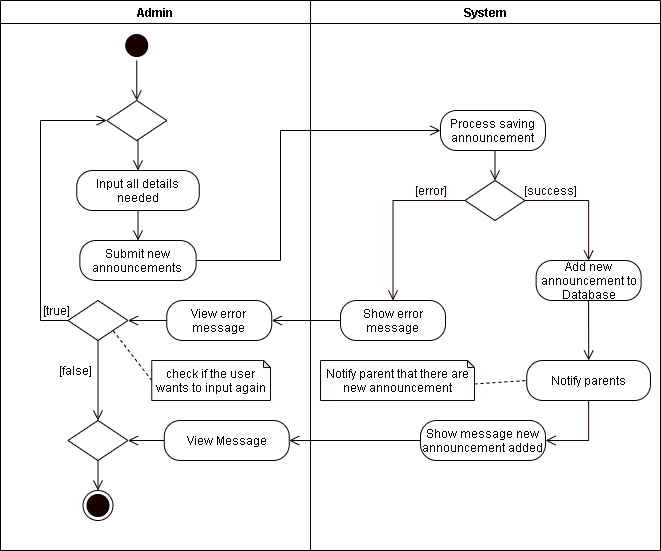
mrklglsn/CAPSTONE-FILES keeps this draw.io diagram as REVISIONS/UML-DIAGRAMS/6-28-2021/ACTIVITY DIAGRAM/22 -Add Announcement.png. Above is the earlier version. Source tidied: cells renumbered, new cells last; positions are measured from the earlier drawing's top-left corner, leaving out a move shared by most shapes. Its diagram source:
```xml
<mxGraphModel>
  <root>
    <mxCell id="0" />
    <mxCell id="1" parent="0" />
    <mxCell id="2" value="Admin" style="swimlane;startSize=23;" parent="1" vertex="1">
      <mxGeometry width="310" height="550" as="geometry" />
    </mxCell>
    <mxCell id="3" style="edgeStyle=orthogonalEdgeStyle;rounded=0;jettySize=auto;html=1;exitX=0.5;exitY=1;exitDx=0;exitDy=0;entryX=0.5;entryY=0;entryDx=0;entryDy=0;endArrow=open;endFill=0;endSize=8;" parent="2" edge="1" source="4" target="9">
      <mxGeometry relative="1" as="geometry" />
    </mxCell>
    <mxCell id="4" style="ellipse;html=1;shape=startState;fillColor=#190000;" parent="2" vertex="1">
      <mxGeometry x="121.2" y="30" width="30" height="30" as="geometry" />
    </mxCell>
    <mxCell id="5" style="edgeStyle=orthogonalEdgeStyle;rounded=0;jettySize=auto;html=1;exitX=0.5;exitY=1;exitDx=0;exitDy=0;entryX=0.5;entryY=0;entryDx=0;entryDy=0;endArrow=open;endFill=0;endSize=8;" parent="2" edge="1" source="6" target="7">
      <mxGeometry relative="1" as="geometry" />
    </mxCell>
    <mxCell id="6" value="Input all details needed" style="rounded=1;whiteSpace=wrap;html=1;arcSize=40;" parent="2" vertex="1">
      <mxGeometry x="76.2" y="170" width="122.5" height="40" as="geometry" />
    </mxCell>
    <mxCell id="7" value="Submit new announcements" style="rounded=1;whiteSpace=wrap;html=1;arcSize=40;" parent="2" vertex="1">
      <mxGeometry x="79.4" y="240" width="116.2" height="40" as="geometry" />
    </mxCell>
    <mxCell id="8" style="edgeStyle=orthogonalEdgeStyle;rounded=0;jettySize=auto;html=1;exitX=0.5;exitY=1;exitDx=0;exitDy=0;entryX=0.5;entryY=0;entryDx=0;entryDy=0;endArrow=open;endFill=0;endSize=8;" parent="2" edge="1" source="9" target="6">
      <mxGeometry relative="1" as="geometry" />
    </mxCell>
    <mxCell id="9" style="rhombus;whiteSpace=wrap;html=1;" parent="2" vertex="1">
      <mxGeometry x="106.2" y="100" width="60" height="40" as="geometry" />
    </mxCell>
    <mxCell id="10" style="edgeStyle=orthogonalEdgeStyle;rounded=0;jettySize=auto;html=1;exitX=0;exitY=0.5;exitDx=0;exitDy=0;entryX=0;entryY=0.5;entryDx=0;entryDy=0;endArrow=open;endFill=0;endSize=8;" parent="2" edge="1" source="12" target="9">
      <mxGeometry relative="1" as="geometry">
        <Array as="points">
          <mxPoint x="40" y="320" />
          <mxPoint x="40" y="120" />
        </Array>
      </mxGeometry>
    </mxCell>
    <mxCell id="11" style="edgeStyle=orthogonalEdgeStyle;rounded=0;jettySize=auto;html=1;exitX=0.5;exitY=1;exitDx=0;exitDy=0;endArrow=open;endFill=0;endSize=8;startArrow=none;entryX=0.5;entryY=0;entryDx=0;entryDy=0;" parent="2" edge="1" source="12" target="23">
      <mxGeometry relative="1" as="geometry" />
    </mxCell>
    <mxCell id="12" style="rhombus;whiteSpace=wrap;html=1;" parent="2" vertex="1">
      <mxGeometry x="67.5" y="300" width="60" height="40" as="geometry" />
    </mxCell>
    <mxCell id="13" value="[true]" style="text;html=1;align=center;verticalAlign=middle;strokeColor=none;" parent="2" vertex="1">
      <mxGeometry x="36.2" y="300" width="40" height="20" as="geometry" />
    </mxCell>
    <mxCell id="14" style="rounded=0;jettySize=auto;html=1;exitX=0;exitY=0.5;exitDx=0;exitDy=0;exitPerimeter=0;entryX=1;entryY=1;entryDx=0;entryDy=0;endArrow=none;endFill=0;endSize=8;dashed=1;" parent="2" edge="1" source="15" target="12">
      <mxGeometry relative="1" as="geometry" />
    </mxCell>
    <mxCell id="15" value="check if the user wants to input again" style="shape=note;whiteSpace=wrap;html=1;backgroundOutline=1;darkOpacity=0.05;strokeColor=#190000;size=7;" parent="2" vertex="1">
      <mxGeometry x="151.2" y="360" width="118.8" height="40" as="geometry" />
    </mxCell>
    <mxCell id="16" value="[false]" style="text;html=1;align=center;verticalAlign=middle;strokeColor=none;" parent="2" vertex="1">
      <mxGeometry x="50" y="360" width="50" height="20" as="geometry" />
    </mxCell>
    <mxCell id="17" style="ellipse;html=1;shape=endState;fillColor=#190000;" parent="2" vertex="1">
      <mxGeometry x="82.5" y="490" width="30" height="30" as="geometry" />
    </mxCell>
    <mxCell id="18" style="edgeStyle=orthogonalEdgeStyle;rounded=0;jettySize=auto;html=1;exitX=0;exitY=0.5;exitDx=0;exitDy=0;entryX=1;entryY=0.5;entryDx=0;entryDy=0;endArrow=open;endFill=0;endSize=8;" parent="2" edge="1" source="19" target="23">
      <mxGeometry relative="1" as="geometry" />
    </mxCell>
    <mxCell id="19" value="View Message" style="rounded=1;whiteSpace=wrap;html=1;arcSize=40;" parent="2" vertex="1">
      <mxGeometry x="163.8" y="420" width="125" height="40" as="geometry" />
    </mxCell>
    <mxCell id="20" style="edgeStyle=orthogonalEdgeStyle;rounded=0;jettySize=auto;html=1;exitX=0;exitY=0.5;exitDx=0;exitDy=0;entryX=1;entryY=0.5;entryDx=0;entryDy=0;endArrow=open;endFill=0;endSize=8;" parent="2" edge="1" source="21" target="12">
      <mxGeometry relative="1" as="geometry" />
    </mxCell>
    <mxCell id="21" value="View error message" style="rounded=1;whiteSpace=wrap;html=1;arcSize=40;" parent="2" vertex="1">
      <mxGeometry x="166.2" y="300" width="105" height="40" as="geometry" />
    </mxCell>
    <mxCell id="22" style="edgeStyle=orthogonalEdgeStyle;rounded=0;jettySize=auto;html=1;exitX=0.5;exitY=1;exitDx=0;exitDy=0;entryX=0.5;entryY=0;entryDx=0;entryDy=0;endArrow=open;endFill=0;endSize=8;" parent="2" edge="1" source="23" target="17">
      <mxGeometry relative="1" as="geometry" />
    </mxCell>
    <mxCell id="23" style="rhombus;whiteSpace=wrap;html=1;" parent="2" vertex="1">
      <mxGeometry x="67.5" y="420" width="60" height="40" as="geometry" />
    </mxCell>
    <mxCell id="24" value="System" style="swimlane;" parent="1" vertex="1">
      <mxGeometry x="310" width="350" height="550" as="geometry" />
    </mxCell>
    <mxCell id="25" value="Process saving announcement" style="rounded=1;whiteSpace=wrap;html=1;arcSize=40;" parent="24" vertex="1">
      <mxGeometry x="130" y="110" width="105" height="40" as="geometry" />
    </mxCell>
    <mxCell id="26" style="rhombus;whiteSpace=wrap;html=1;" parent="24" vertex="1">
      <mxGeometry x="154.5" y="180" width="60" height="40" as="geometry" />
    </mxCell>
    <mxCell id="27" style="edgeStyle=orthogonalEdgeStyle;rounded=0;jettySize=auto;html=1;exitX=0.5;exitY=1;exitDx=0;exitDy=0;entryX=0.5;entryY=0;entryDx=0;entryDy=0;endArrow=open;endFill=0;endSize=8;" parent="24" edge="1" source="25" target="26">
      <mxGeometry relative="1" as="geometry" />
    </mxCell>
    <mxCell id="28" value="&lt;font color=&quot;#190000&quot;&gt;[success]&lt;/font&gt;" style="text;html=1;align=center;verticalAlign=middle;strokeColor=none;fontColor=#FFFFFF;" parent="24" vertex="1">
      <mxGeometry x="204.5" y="180" width="70" height="20" as="geometry" />
    </mxCell>
    <mxCell id="29" value="&lt;font color=&quot;#190000&quot;&gt;[error]&lt;/font&gt;" style="text;html=1;align=center;verticalAlign=middle;strokeColor=none;fontColor=#FFFFFF;" parent="24" vertex="1">
      <mxGeometry x="95" y="180" width="50" height="20" as="geometry" />
    </mxCell>
    <mxCell id="30" value="Show error message" style="rounded=1;whiteSpace=wrap;html=1;arcSize=40;" parent="24" vertex="1">
      <mxGeometry x="30" y="300" width="105" height="40" as="geometry" />
    </mxCell>
    <mxCell id="31" style="edgeStyle=orthogonalEdgeStyle;rounded=0;jettySize=auto;html=1;exitX=0.5;exitY=1;exitDx=0;exitDy=0;entryX=1;entryY=0.5;entryDx=0;entryDy=0;fontColor=#FFFFFF;endArrow=open;endFill=0;endSize=8;strokeColor=#190000;" parent="24" edge="1" source="37" target="36">
      <mxGeometry relative="1" as="geometry" />
    </mxCell>
    <mxCell id="32" style="edgeStyle=orthogonalEdgeStyle;rounded=0;jettySize=auto;html=1;exitX=0.5;exitY=1;exitDx=0;exitDy=0;endArrow=open;endFill=0;endSize=8;" parent="24" edge="1" source="33" target="37">
      <mxGeometry relative="1" as="geometry" />
    </mxCell>
    <mxCell id="33" value="Add new announcement to Database" style="rounded=1;whiteSpace=wrap;html=1;arcSize=40;" parent="24" vertex="1">
      <mxGeometry x="225.6" y="260" width="105" height="40" as="geometry" />
    </mxCell>
    <mxCell id="34" style="edgeStyle=orthogonalEdgeStyle;rounded=0;jettySize=auto;html=1;exitX=0;exitY=0.5;exitDx=0;exitDy=0;fontColor=#FFFFFF;endArrow=open;endFill=0;endSize=8;strokeColor=#190000;entryX=0.5;entryY=0;entryDx=0;entryDy=0;" parent="24" edge="1" source="26" target="30">
      <mxGeometry relative="1" as="geometry" />
    </mxCell>
    <mxCell id="35" style="edgeStyle=orthogonalEdgeStyle;rounded=0;jettySize=auto;html=1;exitX=1;exitY=0.5;exitDx=0;exitDy=0;fontColor=#FFFFFF;endArrow=open;endFill=0;endSize=8;strokeColor=#190000;entryX=0.5;entryY=0;entryDx=0;entryDy=0;" parent="24" edge="1" source="26" target="33">
      <mxGeometry relative="1" as="geometry" />
    </mxCell>
    <mxCell id="36" value="Show message new announcement added" style="rounded=1;whiteSpace=wrap;html=1;arcSize=40;" parent="24" vertex="1">
      <mxGeometry x="110" y="420" width="125" height="40" as="geometry" />
    </mxCell>
    <mxCell id="37" value="Notify parents" style="rounded=1;whiteSpace=wrap;html=1;arcSize=40;" parent="24" vertex="1">
      <mxGeometry x="216.2" y="360" width="123.8" height="40" as="geometry" />
    </mxCell>
    <mxCell id="38" style="rounded=0;jettySize=auto;html=1;exitX=0;exitY=0;exitDx=154;exitDy=23.5;exitPerimeter=0;entryX=0;entryY=0.5;entryDx=0;entryDy=0;endArrow=none;endFill=0;endSize=8;dashed=1;" parent="24" edge="1" source="39" target="37">
      <mxGeometry relative="1" as="geometry" />
    </mxCell>
    <mxCell id="39" value="Notify parent that there are new announcement" style="shape=note;whiteSpace=wrap;html=1;backgroundOutline=1;darkOpacity=0.05;strokeColor=#190000;size=7;" parent="24" vertex="1">
      <mxGeometry x="10" y="360" width="154" height="40" as="geometry" />
    </mxCell>
    <mxCell id="40" style="edgeStyle=orthogonalEdgeStyle;rounded=0;jettySize=auto;html=1;exitX=1;exitY=0.5;exitDx=0;exitDy=0;entryX=0;entryY=0.5;entryDx=0;entryDy=0;endArrow=open;endFill=0;endSize=8;" parent="1" edge="1" source="7" target="25">
      <mxGeometry relative="1" as="geometry">
        <Array as="points">
          <mxPoint x="280" y="260" />
          <mxPoint x="280" y="130" />
        </Array>
      </mxGeometry>
    </mxCell>
    <mxCell id="41" style="edgeStyle=orthogonalEdgeStyle;rounded=0;jettySize=auto;html=1;exitX=0;exitY=0.5;exitDx=0;exitDy=0;entryX=1;entryY=0.5;entryDx=0;entryDy=0;endArrow=open;endFill=0;endSize=8;" parent="1" edge="1" source="36" target="19">
      <mxGeometry relative="1" as="geometry" />
    </mxCell>
    <mxCell id="42" style="edgeStyle=orthogonalEdgeStyle;rounded=0;jettySize=auto;html=1;exitX=0;exitY=0.5;exitDx=0;exitDy=0;entryX=1;entryY=0.5;entryDx=0;entryDy=0;endArrow=open;endFill=0;endSize=8;" parent="1" edge="1" source="30" target="21">
      <mxGeometry relative="1" as="geometry" />
    </mxCell>
  </root>
</mxGraphModel>
```
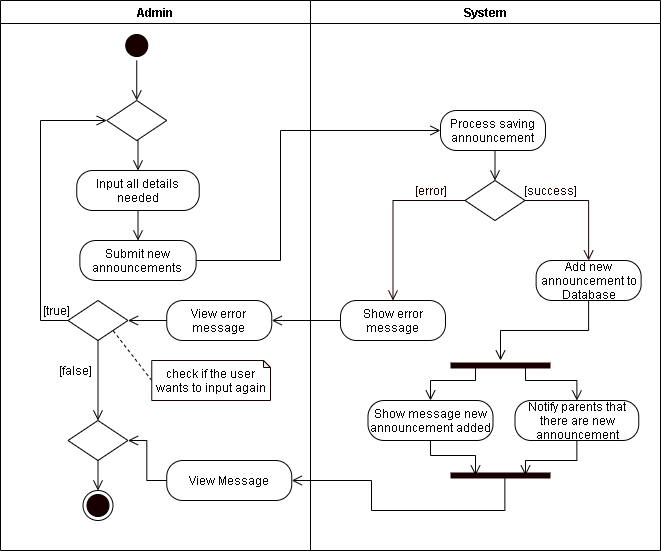
The same file after the commit.

Diff of the diagram source:
```diff
@@ -59,7 +59,7 @@
       <mxGeometry relative="1" as="geometry" />
     </mxCell>
     <mxCell id="19" value="View Message" style="rounded=1;whiteSpace=wrap;html=1;arcSize=40;" parent="2" vertex="1">
-      <mxGeometry x="163.8" y="420" width="125" height="40" as="geometry" />
+      <mxGeometry x="166.2" y="460" width="125" height="40" as="geometry" />
     </mxCell>
     <mxCell id="20" style="edgeStyle=orthogonalEdgeStyle;rounded=0;jettySize=auto;html=1;exitX=0;exitY=0.5;exitDx=0;exitDy=0;entryX=1;entryY=0.5;entryDx=0;entryDy=0;endArrow=open;endFill=0;endSize=8;" parent="2" edge="1" source="21" target="12">
       <mxGeometry relative="1" as="geometry" />
@@ -94,11 +94,10 @@
     <mxCell id="30" value="Show error message" style="rounded=1;whiteSpace=wrap;html=1;arcSize=40;" parent="24" vertex="1">
       <mxGeometry x="30" y="300" width="105" height="40" as="geometry" />
     </mxCell>
-    <mxCell id="31" style="edgeStyle=orthogonalEdgeStyle;rounded=0;jettySize=auto;html=1;exitX=0.5;exitY=1;exitDx=0;exitDy=0;entryX=1;entryY=0.5;entryDx=0;entryDy=0;fontColor=#FFFFFF;endArrow=open;endFill=0;endSize=8;strokeColor=#190000;" parent="24" edge="1" source="37" target="36">
-      <mxGeometry relative="1" as="geometry" />
-    </mxCell>
-    <mxCell id="32" style="edgeStyle=orthogonalEdgeStyle;rounded=0;jettySize=auto;html=1;exitX=0.5;exitY=1;exitDx=0;exitDy=0;endArrow=open;endFill=0;endSize=8;" parent="24" edge="1" source="33" target="37">
-      <mxGeometry relative="1" as="geometry" />
+    <mxCell id="32" style="edgeStyle=orthogonalEdgeStyle;rounded=0;jettySize=auto;html=1;exitX=0.5;exitY=1;exitDx=0;exitDy=0;endArrow=open;endFill=0;endSize=8;" parent="24" edge="1" source="33">
+      <mxGeometry relative="1" as="geometry">
+        <mxPoint x="190" y="360" as="targetPoint" />
+      </mxGeometry>
     </mxCell>
     <mxCell id="33" value="Add new announcement to Database" style="rounded=1;whiteSpace=wrap;html=1;arcSize=40;" parent="24" vertex="1">
       <mxGeometry x="225.6" y="260" width="105" height="40" as="geometry" />
@@ -110,17 +109,11 @@
       <mxGeometry relative="1" as="geometry" />
     </mxCell>
     <mxCell id="36" value="Show message new announcement added" style="rounded=1;whiteSpace=wrap;html=1;arcSize=40;" parent="24" vertex="1">
-      <mxGeometry x="110" y="420" width="125" height="40" as="geometry" />
+      <mxGeometry x="57.5" y="400" width="125" height="40" as="geometry" />
     </mxCell>
-    <mxCell id="37" value="Notify parents" style="rounded=1;whiteSpace=wrap;html=1;arcSize=40;" parent="24" vertex="1">
-      <mxGeometry x="216.2" y="360" width="123.8" height="40" as="geometry" />
+    <mxCell id="37" value="Notify parents that there are new announcement" style="rounded=1;whiteSpace=wrap;html=1;arcSize=40;" parent="24" vertex="1">
+      <mxGeometry x="204.5" y="400" width="123.8" height="40" as="geometry" />
     </mxCell>
-    <mxCell id="38" style="rounded=0;jettySize=auto;html=1;exitX=0;exitY=0;exitDx=154;exitDy=23.5;exitPerimeter=0;entryX=0;entryY=0.5;entryDx=0;entryDy=0;endArrow=none;endFill=0;endSize=8;dashed=1;" parent="24" edge="1" source="39" target="37">
-      <mxGeometry relative="1" as="geometry" />
-    </mxCell>
-    <mxCell id="39" value="Notify parent that there are new announcement" style="shape=note;whiteSpace=wrap;html=1;backgroundOutline=1;darkOpacity=0.05;strokeColor=#190000;size=7;" parent="24" vertex="1">
-      <mxGeometry x="10" y="360" width="154" height="40" as="geometry" />
-    </mxCell>
     <mxCell id="40" style="edgeStyle=orthogonalEdgeStyle;rounded=0;jettySize=auto;html=1;exitX=1;exitY=0.5;exitDx=0;exitDy=0;entryX=0;entryY=0.5;entryDx=0;entryDy=0;endArrow=open;endFill=0;endSize=8;" parent="1" edge="1" source="7" target="25">
       <mxGeometry relative="1" as="geometry">
         <Array as="points">
@@ -129,11 +122,50 @@
         </Array>
       </mxGeometry>
     </mxCell>
-    <mxCell id="41" style="edgeStyle=orthogonalEdgeStyle;rounded=0;jettySize=auto;html=1;exitX=0;exitY=0.5;exitDx=0;exitDy=0;entryX=1;entryY=0.5;entryDx=0;entryDy=0;endArrow=open;endFill=0;endSize=8;" parent="1" edge="1" source="36" target="19">
-      <mxGeometry relative="1" as="geometry" />
+    <mxCell id="41" style="edgeStyle=orthogonalEdgeStyle;rounded=0;jettySize=auto;html=1;exitX=0.544;exitY=0.8;exitDx=0;exitDy=0;entryX=1;entryY=0.5;entryDx=0;entryDy=0;endArrow=open;endFill=0;endSize=8;exitPerimeter=0;" parent="1" edge="1" source="46" target="19">
+      <mxGeometry relative="1" as="geometry">
+        <Array as="points">
+          <mxPoint x="504" y="510" />
+          <mxPoint x="371" y="510" />
+          <mxPoint x="371" y="480" />
+        </Array>
+      </mxGeometry>
     </mxCell>
     <mxCell id="42" style="edgeStyle=orthogonalEdgeStyle;rounded=0;jettySize=auto;html=1;exitX=0;exitY=0.5;exitDx=0;exitDy=0;entryX=1;entryY=0.5;entryDx=0;entryDy=0;endArrow=open;endFill=0;endSize=8;" parent="1" edge="1" source="30" target="21">
       <mxGeometry relative="1" as="geometry" />
     </mxCell>
+    <mxCell id="43" style="edgeStyle=orthogonalEdgeStyle;rounded=0;jettySize=auto;html=1;exitX=0.25;exitY=0.5;exitDx=0;exitDy=0;exitPerimeter=0;endArrow=open;endFill=0;endSize=8;" parent="1" edge="1" source="45" target="36">
+      <mxGeometry relative="1" as="geometry">
+        <Array as="points">
+          <mxPoint x="475" y="380" />
+          <mxPoint x="430" y="380" />
+        </Array>
+      </mxGeometry>
+    </mxCell>
+    <mxCell id="44" style="edgeStyle=orthogonalEdgeStyle;rounded=0;jettySize=auto;html=1;exitX=0.75;exitY=0.5;exitDx=0;exitDy=0;exitPerimeter=0;endArrow=open;endFill=0;endSize=8;entryX=0.5;entryY=0;entryDx=0;entryDy=0;" parent="1" edge="1" source="45" target="37">
+      <mxGeometry relative="1" as="geometry">
+        <Array as="points">
+          <mxPoint x="525" y="380" />
+          <mxPoint x="576" y="380" />
+        </Array>
+      </mxGeometry>
+    </mxCell>
+    <mxCell id="45" style="shape=line;html=1;strokeWidth=6;strokeColor=#190000;" parent="1" vertex="1">
+      <mxGeometry x="450" y="360" width="100" height="10" as="geometry" />
+    </mxCell>
+    <mxCell id="46" style="shape=line;html=1;strokeWidth=6;strokeColor=#190000;" parent="1" vertex="1">
+      <mxGeometry x="450" y="470" width="100" height="10" as="geometry" />
+    </mxCell>
+    <mxCell id="47" style="edgeStyle=orthogonalEdgeStyle;rounded=0;jettySize=auto;html=1;exitX=0.5;exitY=1;exitDx=0;exitDy=0;endArrow=open;endFill=0;endSize=8;entryX=0.25;entryY=0.5;entryDx=0;entryDy=0;entryPerimeter=0;" parent="1" edge="1" source="36" target="46">
+      <mxGeometry relative="1" as="geometry">
+        <Array as="points">
+          <mxPoint x="430" y="455" />
+          <mxPoint x="475" y="455" />
+        </Array>
+      </mxGeometry>
+    </mxCell>
+    <mxCell id="48" style="edgeStyle=orthogonalEdgeStyle;rounded=0;jettySize=auto;html=1;exitX=0.5;exitY=1;exitDx=0;exitDy=0;entryX=0.75;entryY=0.5;entryDx=0;entryDy=0;entryPerimeter=0;endArrow=open;endFill=0;endSize=8;" parent="1" edge="1" source="37" target="46">
+      <mxGeometry relative="1" as="geometry" />
+    </mxCell>
   </root>
 </mxGraphModel>
```
